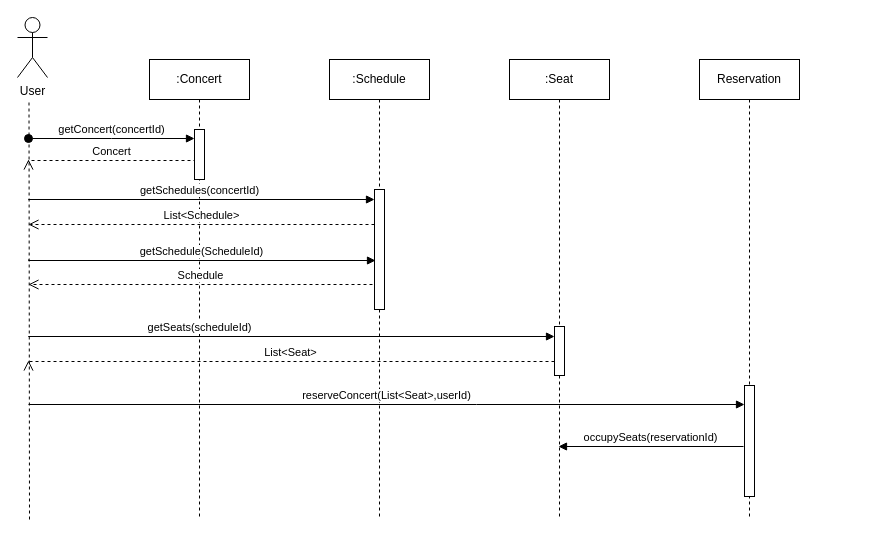
dalkjsdlf/concert-reservation keeps this draw.io diagram as doc/콘서트예매시퀀스.drawio. Above is the earlier version. Source tidied: cells renumbered, new cells numbered last; positions are measured from the earlier drawing's top-left corner, leaving out a move shared by most shapes. Both pictures are drawn from the tidied source at 100%, with x=0, y=0 at pixel (17, 17).
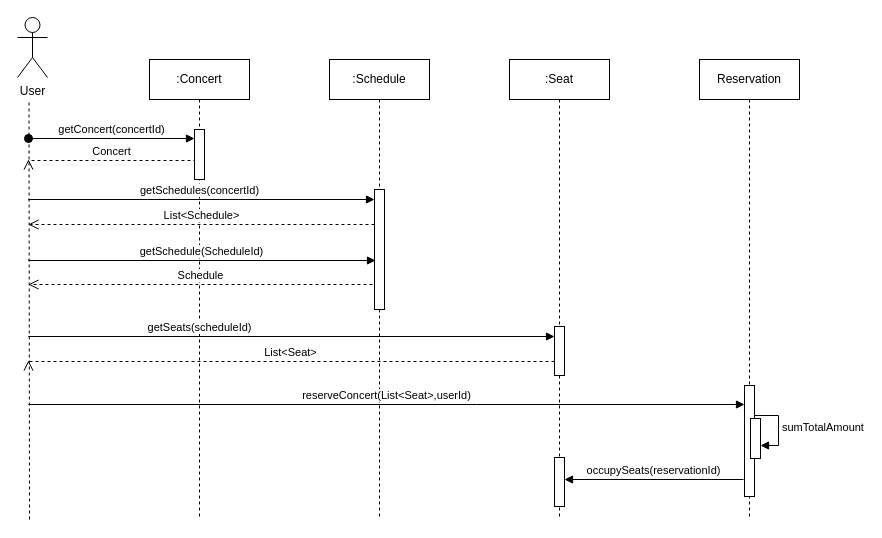
The same page after the edit.

Commit message (it also covers changes not shown here):
콘서트예매시퀀스.drawio 업데이트

The change refers to these unchanged cells:
```xml
<mxCell id="11" value=":Seat" style="shape=umlLifeline;perimeter=lifelinePerimeter;whiteSpace=wrap;html=1;newEdgeStyle={&quot;edgeStyle&quot;:&quot;elbowEdgeStyle&quot;,&quot;elbow&quot;:&quot;vertical&quot;,&quot;curved&quot;:0,&quot;rounded&quot;:0};" parent="1" vertex="1">
  <mxGeometry x="492" y="42" width="100" height="460" as="geometry" />
</mxCell>
<mxCell id="12" value="Reservation" style="shape=umlLifeline;perimeter=lifelinePerimeter;whiteSpace=wrap;html=1;newEdgeStyle={&quot;edgeStyle&quot;:&quot;elbowEdgeStyle&quot;,&quot;elbow&quot;:&quot;vertical&quot;,&quot;curved&quot;:0,&quot;rounded&quot;:0};" parent="1" vertex="1">
  <mxGeometry x="682" y="42" width="100" height="460" as="geometry" />
</mxCell>
```

The edit, as a diff of the source:
```diff
@@
+    <mxCell id="22" style="html=1;points=[];perimeter=orthogonalPerimeter;outlineConnect=0;targetShapes=umlLifeline;portConstraint=eastwest;newEdgeStyle={&quot;edgeStyle&quot;:&quot;elbowEdgeStyle&quot;,&quot;elbow&quot;:&quot;vertical&quot;,&quot;curved&quot;:0,&quot;rounded&quot;:0};" parent="11" vertex="1">
+      <mxGeometry x="45" y="398" width="10" height="49" as="geometry" />
+    </mxCell>
@@
+    <mxCell id="23" value="sumTotalAmount" style="html=1;align=left;spacingLeft=2;endArrow=block;rounded=0;edgeStyle=orthogonalEdgeStyle;curved=0;rounded=0;" parent="12" edge="1" target="24">
+      <mxGeometry relative="1" as="geometry">
+        <mxPoint x="55" y="356" as="sourcePoint" />
+        <Array as="points">
+          <mxPoint x="79" y="356" />
+          <mxPoint x="79" y="386" />
+        </Array>
+      </mxGeometry>
+    </mxCell>
+    <mxCell id="24" style="html=1;points=[[0,0,0,0,5],[0,1,0,0,-5],[1,0,0,0,5],[1,1,0,0,-5]];perimeter=orthogonalPerimeter;outlineConnect=0;targetShapes=umlLifeline;portConstraint=eastwest;newEdgeStyle={&quot;curved&quot;:0,&quot;rounded&quot;:0};" parent="12" vertex="1">
+      <mxGeometry x="51" y="359" width="10" height="40" as="geometry" />
+    </mxCell>
@@
-    <mxCell id="21" value="occupySeats(reservationId)" style="html=1;verticalAlign=bottom;endArrow=block;edgeStyle=elbowEdgeStyle;elbow=vertical;curved=0;rounded=0;" parent="1" edge="1">
+    <mxCell id="21" value="occupySeats(reservationId)" style="html=1;verticalAlign=bottom;endArrow=block;edgeStyle=elbowEdgeStyle;elbow=vertical;curved=0;rounded=0;" parent="1" edge="1" target="22">
       <mxGeometry relative="1" as="geometry">
-        <mxPoint x="726" y="429" as="sourcePoint" />
-        <mxPoint x="541" y="429" as="targetPoint" />
-        <Array as="points">
-          <mxPoint x="541" y="429" />
-        </Array>
+        <mxPoint x="726" y="462" as="sourcePoint" />
       </mxGeometry>
     </mxCell>
```
